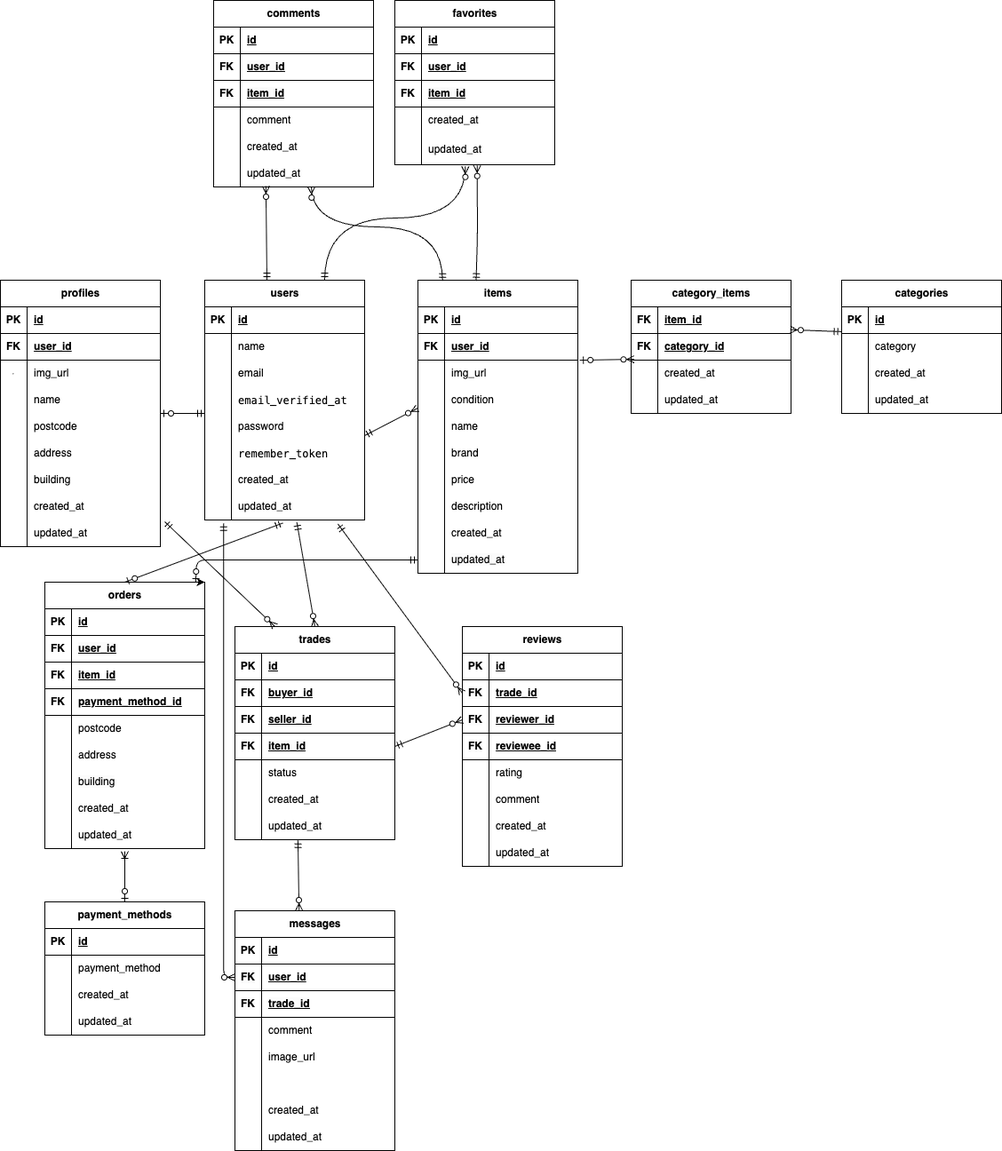
Before: market.drawio.png, a diagram exported from draw.io (irokiyo/market-form). Source tidied: cells renumbered, new cells last; positions are measured from the earlier drawing's top-left corner, leaving out a move shared by most shapes.
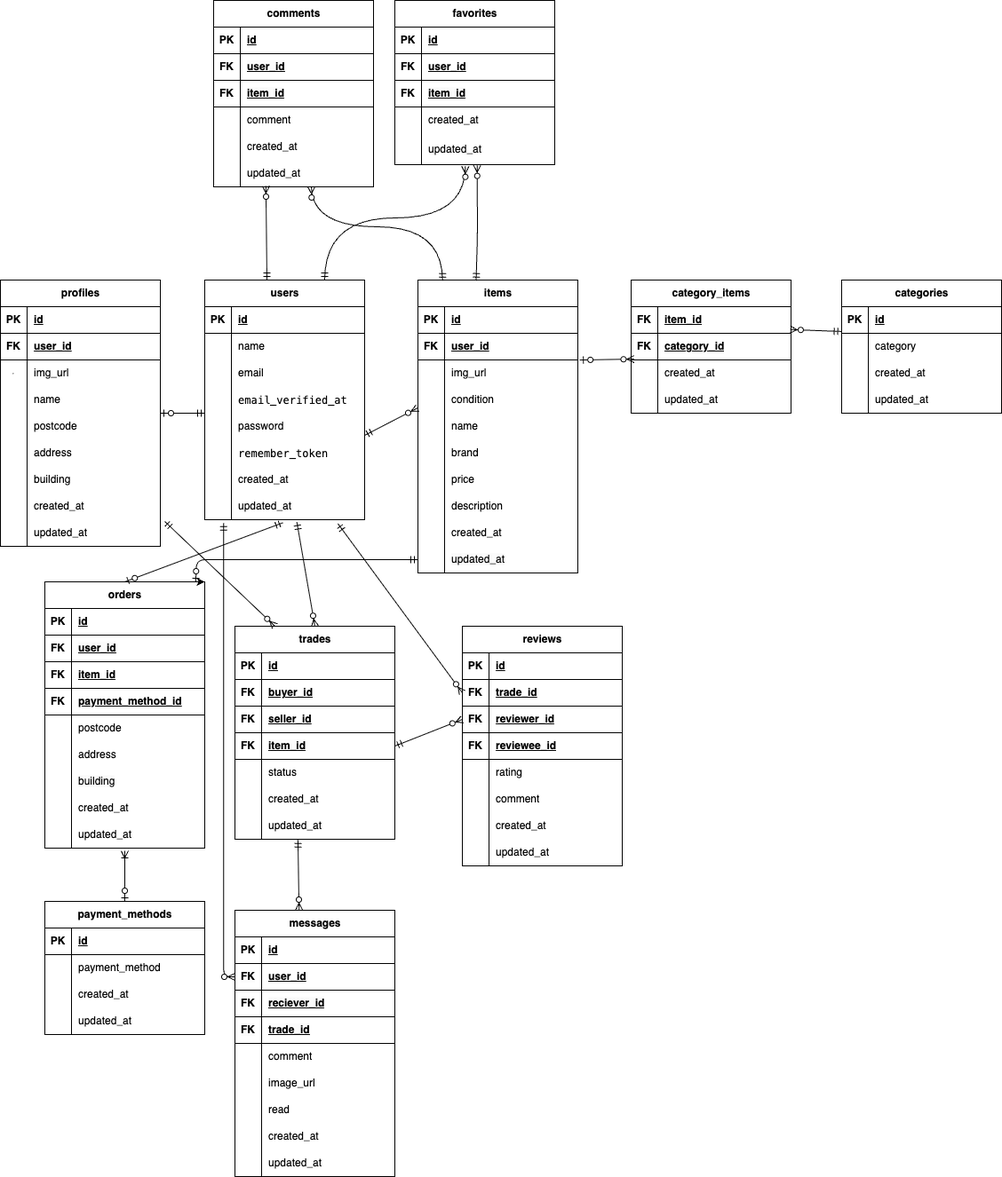
Later version of the same file.

Change to the diagram source:
```diff
@@ -760,7 +760,7 @@
       <mxGeometry x="30" width="150" height="30" as="geometry" />
     </mxCell>
     <mxCell id="246" value="messages" style="shape=table;startSize=30;rowLines=0;fontStyle=1;align=center;html=1;" parent="1" vertex="1">
-      <mxGeometry x="264" y="1025" width="180" height="270" as="geometry" />
+      <mxGeometry x="264" y="1025" width="180" height="300" as="geometry" />
     </mxCell>
     <mxCell id="247" style="shape=tableRow;horizontal=0;startSize=0;swimlaneHead=0;swimlaneBody=0;fillColor=none;top=0;left=0;right=0;bottom=1;" parent="246" vertex="1">
       <mxGeometry y="30" width="180" height="30" as="geometry" />
@@ -780,8 +780,17 @@
     <mxCell id="252" value="&lt;span style=&quot;color: rgb(0, 0, 0);&quot;&gt;user_id&lt;/span&gt;" style="shape=partialRectangle;fillColor=none;top=0;left=0;bottom=0;right=0;align=left;spacingLeft=6;fontStyle=5;overflow=hidden;whiteSpace=wrap;html=1;" parent="250" vertex="1">
       <mxGeometry x="30" width="150" height="30" as="geometry" />
     </mxCell>
+    <mxCell id="278" style="shape=tableRow;horizontal=0;startSize=0;swimlaneHead=0;swimlaneBody=0;fillColor=none;top=0;left=0;right=0;bottom=1;" parent="246" vertex="1">
+      <mxGeometry y="90" width="180" height="30" as="geometry" />
+    </mxCell>
+    <mxCell id="279" value="FK" style="shape=partialRectangle;fillColor=none;top=0;left=0;bottom=0;right=0;fontStyle=1;overflow=hidden;whiteSpace=wrap;html=1;" parent="278" vertex="1">
+      <mxGeometry width="30" height="30" as="geometry" />
+    </mxCell>
+    <mxCell id="280" value="&lt;span style=&quot;color: rgb(0, 0, 0); font-family: Helvetica; font-size: 12px; font-style: normal; font-variant-ligatures: normal; font-variant-caps: normal; font-weight: 700; letter-spacing: normal; orphans: 2; text-align: left; text-indent: 0px; text-transform: none; widows: 2; word-spacing: 0px; -webkit-text-stroke-width: 0px; white-space: normal; background-color: rgb(251, 251, 251); text-decoration: underline; float: none; display: inline !important;&quot;&gt;reciever_id&lt;/span&gt;" style="shape=partialRectangle;fillColor=none;top=0;left=0;bottom=0;right=0;align=left;spacingLeft=6;fontStyle=5;overflow=hidden;whiteSpace=wrap;html=1;" parent="278" vertex="1">
+      <mxGeometry x="30" width="150" height="30" as="geometry" />
+    </mxCell>
     <mxCell id="253" style="shape=tableRow;horizontal=0;startSize=0;swimlaneHead=0;swimlaneBody=0;fillColor=none;top=0;left=0;right=0;bottom=1;" parent="246" vertex="1">
-      <mxGeometry y="90" width="180" height="30" as="geometry" />
+      <mxGeometry y="120" width="180" height="30" as="geometry" />
     </mxCell>
     <mxCell id="254" value="&lt;meta charset=&quot;utf-8&quot;&gt;&lt;span style=&quot;color: rgb(0, 0, 0); font-family: Helvetica; font-size: 12px; font-style: normal; font-variant-ligatures: normal; font-variant-caps: normal; font-weight: 700; letter-spacing: normal; orphans: 2; text-align: center; text-indent: 0px; text-transform: none; widows: 2; word-spacing: 0px; -webkit-text-stroke-width: 0px; white-space: normal; background-color: rgb(251, 251, 251); text-decoration-thickness: initial; text-decoration-style: initial; text-decoration-color: initial; display: inline !important; float: none;&quot;&gt;FK&lt;/span&gt;" style="shape=partialRectangle;fillColor=none;top=0;left=0;bottom=0;right=0;fontStyle=1;overflow=hidden;whiteSpace=wrap;html=1;" parent="253" vertex="1">
       <mxGeometry width="30" height="30" as="geometry" />
@@ -790,7 +799,7 @@
       <mxGeometry x="30" width="150" height="30" as="geometry" />
     </mxCell>
     <mxCell id="256" style="shape=tableRow;horizontal=0;startSize=0;swimlaneHead=0;swimlaneBody=0;fillColor=none;top=0;left=0;right=0;bottom=0;" parent="246" vertex="1">
-      <mxGeometry y="120" width="180" height="30" as="geometry" />
+      <mxGeometry y="150" width="180" height="30" as="geometry" />
     </mxCell>
     <mxCell id="257" style="shape=partialRectangle;fillColor=none;top=0;left=0;bottom=0;right=0;overflow=hidden;whiteSpace=wrap;html=1;" parent="256" vertex="1">
       <mxGeometry width="30" height="30" as="geometry" />
@@ -799,7 +808,7 @@
       <mxGeometry x="30" width="150" height="30" as="geometry" />
     </mxCell>
     <mxCell id="259" style="shape=tableRow;horizontal=0;startSize=0;swimlaneHead=0;swimlaneBody=0;fillColor=none;top=0;left=0;right=0;bottom=0;" parent="246" vertex="1">
-      <mxGeometry y="150" width="180" height="30" as="geometry" />
+      <mxGeometry y="180" width="180" height="30" as="geometry" />
     </mxCell>
     <mxCell id="260" style="shape=partialRectangle;fillColor=none;top=0;left=0;bottom=0;right=0;overflow=hidden;whiteSpace=wrap;html=1;" parent="259" vertex="1">
       <mxGeometry width="30" height="30" as="geometry" />
@@ -808,16 +817,16 @@
       <mxGeometry x="30" width="150" height="30" as="geometry" />
     </mxCell>
     <mxCell id="262" style="shape=tableRow;horizontal=0;startSize=0;swimlaneHead=0;swimlaneBody=0;fillColor=none;top=0;left=0;right=0;bottom=0;" parent="246" vertex="1">
-      <mxGeometry y="180" width="180" height="30" as="geometry" />
+      <mxGeometry y="210" width="180" height="30" as="geometry" />
     </mxCell>
     <mxCell id="263" style="shape=partialRectangle;fillColor=none;top=0;left=0;bottom=0;right=0;overflow=hidden;whiteSpace=wrap;html=1;" parent="262" vertex="1">
       <mxGeometry width="30" height="30" as="geometry" />
     </mxCell>
-    <mxCell id="264" style="shape=partialRectangle;fillColor=none;top=0;left=0;bottom=0;right=0;align=left;spacingLeft=6;overflow=hidden;whiteSpace=wrap;html=1;" parent="262" vertex="1">
+    <mxCell id="264" value="read" style="shape=partialRectangle;fillColor=none;top=0;left=0;bottom=0;right=0;align=left;spacingLeft=6;overflow=hidden;whiteSpace=wrap;html=1;" parent="262" vertex="1">
       <mxGeometry x="30" width="150" height="30" as="geometry" />
     </mxCell>
     <mxCell id="265" style="shape=tableRow;horizontal=0;startSize=0;swimlaneHead=0;swimlaneBody=0;fillColor=none;top=0;left=0;right=0;bottom=0;" parent="246" vertex="1">
-      <mxGeometry y="210" width="180" height="30" as="geometry" />
+      <mxGeometry y="240" width="180" height="30" as="geometry" />
     </mxCell>
     <mxCell id="266" style="shape=partialRectangle;fillColor=none;top=0;left=0;bottom=0;right=0;overflow=hidden;whiteSpace=wrap;html=1;" parent="265" vertex="1">
       <mxGeometry width="30" height="30" as="geometry" />
@@ -826,7 +835,7 @@
       <mxGeometry x="30" width="150" height="30" as="geometry" />
     </mxCell>
     <mxCell id="268" style="shape=tableRow;horizontal=0;startSize=0;swimlaneHead=0;swimlaneBody=0;fillColor=none;top=0;left=0;right=0;bottom=0;" parent="246" vertex="1">
-      <mxGeometry y="240" width="180" height="30" as="geometry" />
+      <mxGeometry y="270" width="180" height="30" as="geometry" />
     </mxCell>
     <mxCell id="269" style="shape=partialRectangle;fillColor=none;top=0;left=0;bottom=0;right=0;overflow=hidden;whiteSpace=wrap;html=1;" parent="268" vertex="1">
       <mxGeometry width="30" height="30" as="geometry" />
```
